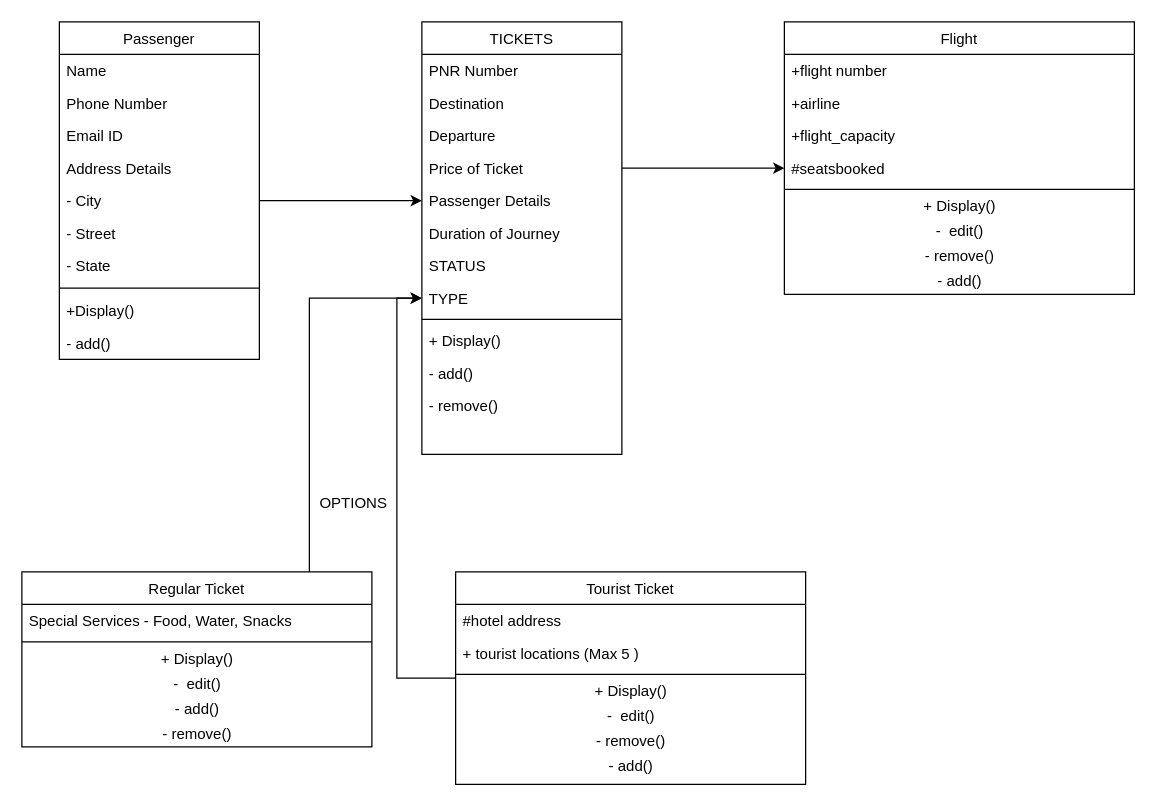
Earlier version of the draw.io diagram Project OOP/UML.drawio (kulterryan/upgrad-project-oopd). Source tidied: cells renumbered, new cells numbered last; positions are measured from the earlier drawing's top-left corner, leaving out a move shared by most shapes. Both pictures are drawn from the tidied source at 125%, with x=0, y=0 at pixel (21, 21).
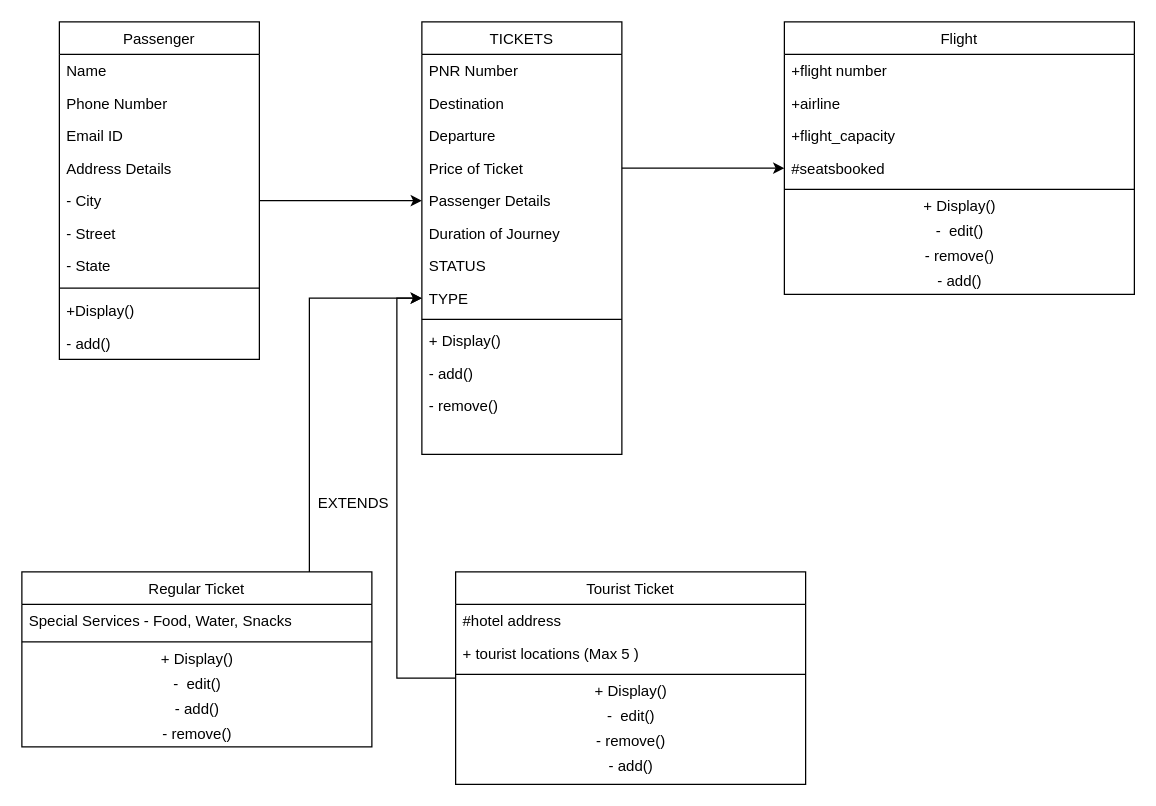
Above is the later version.

Diff of the diagram source:
```diff
@@
-    <mxCell id="54" value="OPTIONS" style="text;html=1;align=center;verticalAlign=middle;strokeColor=none;fillColor=none;" parent="1" vertex="1">
+    <mxCell id="54" value="EXTENDS" style="text;html=1;align=center;verticalAlign=middle;strokeColor=none;fillColor=none;" parent="1" vertex="1">
       <mxGeometry x="230" y="375" width="70" height="20" as="geometry" />
     </mxCell>
```
